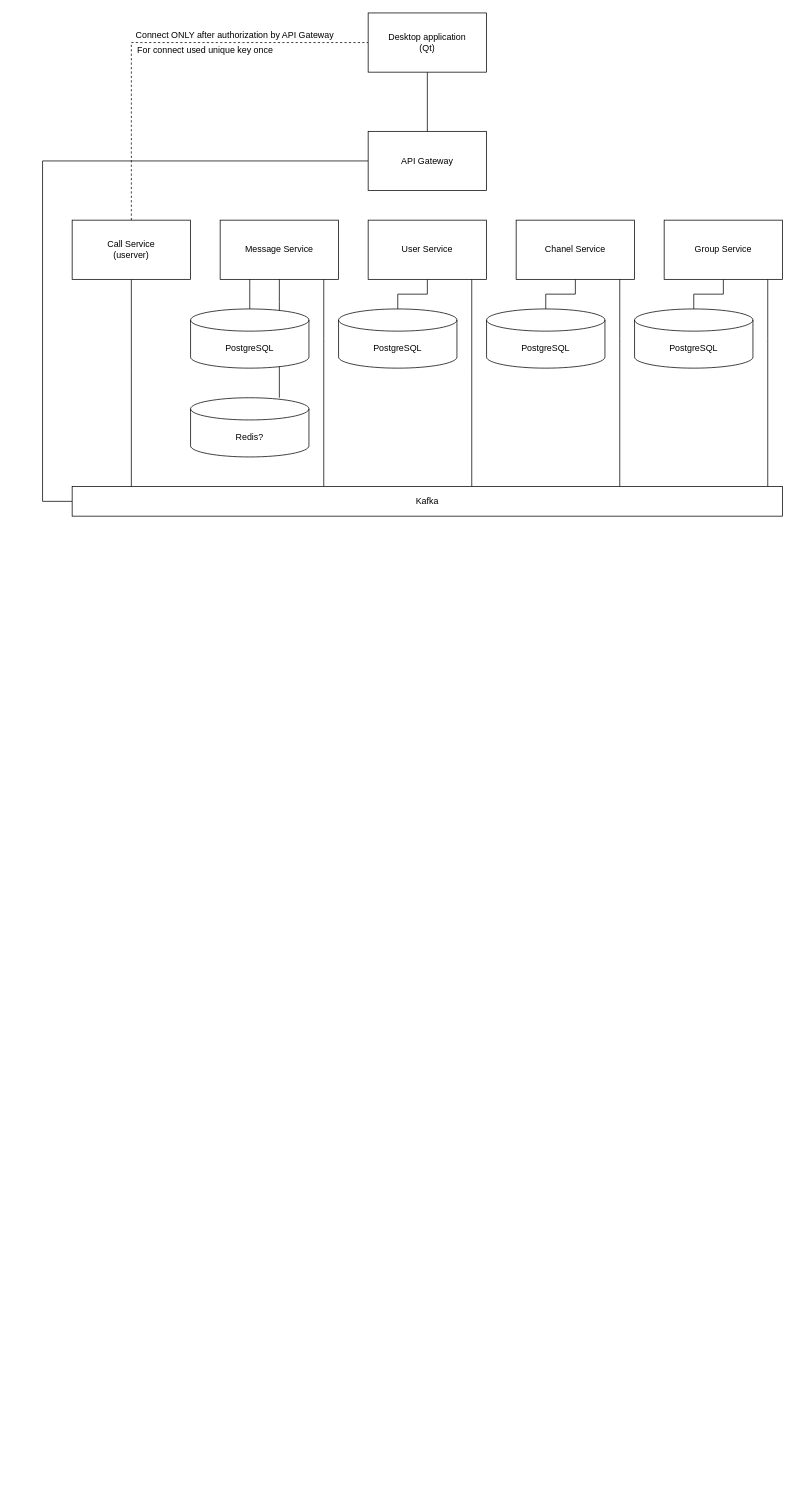
Earlier version of the draw.io diagram Schema.drawio (CallYourTeam/Infrastructure). Source tidied: cells renumbered, new cells numbered last; positions are measured from the earlier drawing's top-left corner, leaving out a move shared by most shapes. Both pictures are drawn from the tidied source at 74%, with x=0, y=0 at pixel (42, 13).
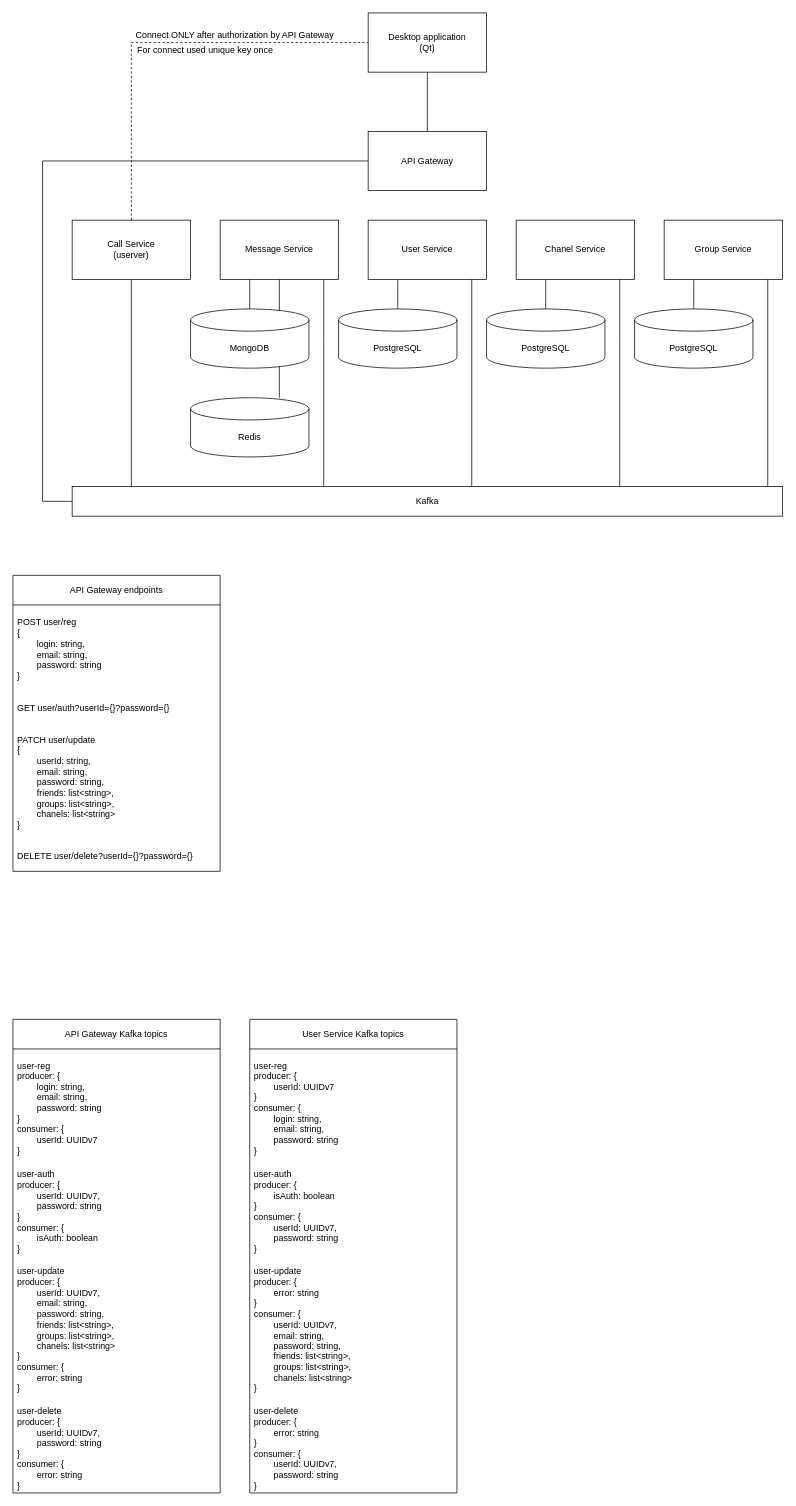
The same page after the edit.

Unchanged cells that the change refers to:
```xml
<mxCell id="9" value="User Service" style="rounded=0;whiteSpace=wrap;html=1;" parent="1" vertex="1">
  <mxGeometry x="440" y="280" width="160" height="80" as="geometry" />
</mxCell>
<mxCell id="10" value="PostgreSQL" style="shape=cylinder3;whiteSpace=wrap;html=1;boundedLbl=1;backgroundOutline=1;size=15;" parent="1" vertex="1">
  <mxGeometry x="400" y="400" width="160" height="80" as="geometry" />
</mxCell>
<mxCell id="12" value="Chanel Service" style="rounded=0;whiteSpace=wrap;html=1;" parent="1" vertex="1">
  <mxGeometry x="640" y="280" width="160" height="80" as="geometry" />
</mxCell>
<mxCell id="14" value="Group Service" style="rounded=0;whiteSpace=wrap;html=1;" parent="1" vertex="1">
  <mxGeometry x="840" y="280" width="160" height="80" as="geometry" />
</mxCell>
<mxCell id="19" value="PostgreSQL" style="shape=cylinder3;whiteSpace=wrap;html=1;boundedLbl=1;backgroundOutline=1;size=15;" parent="1" vertex="1">
  <mxGeometry x="600" y="400" width="160" height="80" as="geometry" />
</mxCell>
<mxCell id="20" value="PostgreSQL" style="shape=cylinder3;whiteSpace=wrap;html=1;boundedLbl=1;backgroundOutline=1;size=15;" parent="1" vertex="1">
  <mxGeometry x="800" y="400" width="160" height="80" as="geometry" />
</mxCell>
```

What changed in the source:
```diff
@@
     <mxCell id="8" style="edgeStyle=orthogonalEdgeStyle;rounded=0;jettySize=auto;html=1;startArrow=none;startFill=0;endArrow=none;endFill=0;" parent="1" edge="1" source="9" target="10">
-      <mxGeometry relative="1" as="geometry" />
+      <mxGeometry relative="1" as="geometry">
+        <Array as="points">
+          <mxPoint x="480" y="370" />
+          <mxPoint x="480" y="370" />
+        </Array>
+      </mxGeometry>
     </mxCell>
@@
     <mxCell id="11" style="edgeStyle=orthogonalEdgeStyle;rounded=0;jettySize=auto;html=1;startArrow=none;startFill=0;endArrow=none;endFill=0;" parent="1" edge="1" source="12" target="19">
-      <mxGeometry relative="1" as="geometry" />
+      <mxGeometry relative="1" as="geometry">
+        <Array as="points">
+          <mxPoint x="680" y="370" />
+          <mxPoint x="680" y="370" />
+        </Array>
+      </mxGeometry>
     </mxCell>
@@
     <mxCell id="13" style="edgeStyle=orthogonalEdgeStyle;rounded=0;jettySize=auto;html=1;startArrow=none;startFill=0;endArrow=none;endFill=0;" parent="1" edge="1" source="14" target="20">
-      <mxGeometry relative="1" as="geometry" />
+      <mxGeometry relative="1" as="geometry">
+        <Array as="points">
+          <mxPoint x="880" y="370" />
+          <mxPoint x="880" y="370" />
+        </Array>
+      </mxGeometry>
     </mxCell>
@@
-    <mxCell id="26" value="PostgreSQL" style="shape=cylinder3;whiteSpace=wrap;html=1;boundedLbl=1;backgroundOutline=1;size=15;" parent="1" vertex="1">
+    <mxCell id="26" value="MongoDB" style="shape=cylinder3;whiteSpace=wrap;html=1;boundedLbl=1;backgroundOutline=1;size=15;" parent="1" vertex="1">
       <mxGeometry x="200" y="400" width="160" height="80" as="geometry" />
     </mxCell>
-    <mxCell id="27" value="Redis?" style="shape=cylinder3;whiteSpace=wrap;html=1;boundedLbl=1;backgroundOutline=1;size=15;" parent="1" vertex="1">
+    <mxCell id="27" value="Redis" style="shape=cylinder3;whiteSpace=wrap;html=1;boundedLbl=1;backgroundOutline=1;size=15;" parent="1" vertex="1">
       <mxGeometry x="200" y="520" width="160" height="80" as="geometry" />
     </mxCell>
@@
+    <mxCell id="30" value="API Gateway endpoints" style="swimlane;fontStyle=0;horizontal=1;startSize=40;whiteSpace=wrap;html=1;" parent="1" vertex="1">
+      <mxGeometry x="-40" y="760" width="280" height="400" as="geometry" />
+    </mxCell>
+    <mxCell id="31" value="POST user/reg&lt;div&gt;&lt;span style=&quot;background-color: transparent; color: light-dark(rgb(0, 0, 0), rgb(255, 255, 255));&quot;&gt;{&lt;/span&gt;&lt;/div&gt;&lt;div&gt;&lt;span style=&quot;background-color: transparent; color: light-dark(rgb(0, 0, 0), rgb(255, 255, 255));&quot;&gt;&lt;span style=&quot;white-space: pre;&quot;&gt;&#9;&lt;/span&gt;login: string,&lt;/span&gt;&lt;/div&gt;&lt;div&gt;&lt;span style=&quot;background-color: transparent; color: light-dark(rgb(0, 0, 0), rgb(255, 255, 255));&quot;&gt;&lt;span style=&quot;white-space: pre;&quot;&gt;&#9;&lt;/span&gt;email: string,&lt;br&gt;&lt;/span&gt;&lt;/div&gt;&lt;div&gt;&lt;span style=&quot;background-color: transparent; color: light-dark(rgb(0, 0, 0), rgb(255, 255, 255));&quot;&gt;&lt;span style=&quot;white-space: pre;&quot;&gt;&#9;&lt;/span&gt;password: string&lt;/span&gt;&lt;/div&gt;&lt;div&gt;}&lt;/div&gt;" style="text;strokeColor=none;fillColor=none;align=left;verticalAlign=middle;spacingLeft=4;spacingRight=4;overflow=hidden;whiteSpace=wrap;html=1;" parent="30" vertex="1">
+      <mxGeometry y="40" width="280" height="120" as="geometry" />
+    </mxCell>
+    <mxCell id="32" value="GET user/auth?userId={}?password={}" style="text;strokeColor=none;fillColor=none;align=left;verticalAlign=middle;spacingLeft=4;spacingRight=4;overflow=hidden;whiteSpace=wrap;html=1;" parent="30" vertex="1">
+      <mxGeometry y="160" width="280" height="40" as="geometry" />
+    </mxCell>
+    <mxCell id="33" value="PATCH user/update&lt;div&gt;{&lt;/div&gt;&lt;div&gt;&lt;span style=&quot;white-space: pre;&quot;&gt;&#9;&lt;/span&gt;userId: string,&lt;br&gt;&lt;/div&gt;&lt;div&gt;&lt;span style=&quot;white-space: pre;&quot;&gt;&#9;&lt;/span&gt;email: string,&lt;br&gt;&lt;/div&gt;&lt;div&gt;&lt;span style=&quot;white-space: pre;&quot;&gt;&#9;&lt;/span&gt;password: string,&lt;br&gt;&lt;/div&gt;&lt;div&gt;&lt;span style=&quot;white-space: pre;&quot;&gt;&#9;&lt;/span&gt;friends: list&amp;lt;string&amp;gt;,&lt;/div&gt;&lt;div&gt;&lt;span style=&quot;white-space: pre;&quot;&gt;&#9;&lt;/span&gt;groups: list&amp;lt;string&amp;gt;,&lt;br&gt;&lt;/div&gt;&lt;div&gt;&lt;span style=&quot;white-space: pre;&quot;&gt;&#9;&lt;/span&gt;chanels: list&amp;lt;string&amp;gt;&lt;br&gt;&lt;/div&gt;&lt;div&gt;}&lt;/div&gt;" style="text;strokeColor=none;fillColor=none;align=left;verticalAlign=middle;spacingLeft=4;spacingRight=4;overflow=hidden;whiteSpace=wrap;html=1;" parent="30" vertex="1">
+      <mxGeometry y="200" width="280" height="160" as="geometry" />
+    </mxCell>
+    <mxCell id="34" value="DELETE user/delete?userId={}?password={}" style="text;strokeColor=none;fillColor=none;align=left;verticalAlign=middle;spacingLeft=4;spacingRight=4;overflow=hidden;whiteSpace=wrap;html=1;" parent="30" vertex="1">
+      <mxGeometry y="360" width="280" height="40" as="geometry" />
+    </mxCell>
+    <mxCell id="35" value="API Gateway Kafka topics" style="swimlane;fontStyle=0;horizontal=1;startSize=40;whiteSpace=wrap;html=1;" parent="1" vertex="1">
+      <mxGeometry x="-40" y="1360" width="280" height="640" as="geometry" />
+    </mxCell>
+    <mxCell id="36" value="user-reg&lt;div&gt;&lt;span style=&quot;background-color: transparent; color: light-dark(rgb(0, 0, 0), rgb(255, 255, 255));&quot;&gt;producer: {&lt;/span&gt;&lt;/div&gt;&lt;div&gt;&lt;span style=&quot;background-color: transparent; color: light-dark(rgb(0, 0, 0), rgb(255, 255, 255));&quot;&gt;&lt;span style=&quot;white-space: pre;&quot;&gt;&#9;&lt;/span&gt;login: string,&lt;/span&gt;&lt;/div&gt;&lt;div&gt;&lt;span style=&quot;background-color: transparent; color: light-dark(rgb(0, 0, 0), rgb(255, 255, 255));&quot;&gt;&lt;span style=&quot;white-space: pre;&quot;&gt;&#9;&lt;/span&gt;email: string,&lt;br&gt;&lt;/span&gt;&lt;/div&gt;&lt;div&gt;&lt;span style=&quot;background-color: transparent; color: light-dark(rgb(0, 0, 0), rgb(255, 255, 255));&quot;&gt;&lt;span style=&quot;white-space: pre;&quot;&gt;&#9;&lt;/span&gt;password: string&lt;/span&gt;&lt;/div&gt;&lt;div&gt;}&lt;/div&gt;&lt;div&gt;consumer: {&lt;/div&gt;&lt;div&gt;&lt;span style=&quot;white-space: pre;&quot;&gt;&#9;&lt;/span&gt;userId: UUIDv7&lt;br&gt;&lt;/div&gt;&lt;div&gt;}&lt;/div&gt;" style="text;strokeColor=none;fillColor=none;align=left;verticalAlign=middle;spacingLeft=4;spacingRight=4;overflow=hidden;whiteSpace=wrap;html=1;" parent="35" vertex="1">
+      <mxGeometry y="40" width="280" height="160" as="geometry" />
+    </mxCell>
+    <mxCell id="37" value="user-auth&lt;div&gt;producer: {&lt;/div&gt;&lt;div&gt;&lt;span style=&quot;white-space: pre;&quot;&gt;&#9;&lt;/span&gt;userId: UUIDv7,&lt;br&gt;&lt;/div&gt;&lt;div&gt;&lt;span style=&quot;white-space: pre;&quot;&gt;&#9;&lt;/span&gt;password: string&lt;br&gt;&lt;/div&gt;&lt;div&gt;}&lt;/div&gt;&lt;div&gt;consumer: {&lt;/div&gt;&lt;div&gt;&lt;span style=&quot;white-space: pre;&quot;&gt;&#9;&lt;/span&gt;isAuth: boolean&lt;/div&gt;&lt;div&gt;}&lt;/div&gt;" style="text;strokeColor=none;fillColor=none;align=left;verticalAlign=middle;spacingLeft=4;spacingRight=4;overflow=hidden;whiteSpace=wrap;html=1;" parent="35" vertex="1">
+      <mxGeometry y="200" width="280" height="120" as="geometry" />
+    </mxCell>
+    <mxCell id="38" value="user-update&lt;div&gt;producer: {&lt;/div&gt;&lt;div&gt;&lt;span style=&quot;white-space: pre;&quot;&gt;&#9;&lt;/span&gt;userId: UUIDv7,&lt;br&gt;&lt;/div&gt;&lt;div&gt;&lt;span style=&quot;white-space: pre;&quot;&gt;&#9;&lt;/span&gt;email: string,&lt;br&gt;&lt;/div&gt;&lt;div&gt;&lt;span style=&quot;white-space: pre;&quot;&gt;&#9;&lt;/span&gt;password: string,&lt;br&gt;&lt;/div&gt;&lt;div&gt;&lt;span style=&quot;white-space: pre;&quot;&gt;&#9;&lt;/span&gt;friends: list&amp;lt;string&amp;gt;,&lt;/div&gt;&lt;div&gt;&lt;span style=&quot;white-space: pre;&quot;&gt;&#9;&lt;/span&gt;groups: list&amp;lt;string&amp;gt;,&lt;br&gt;&lt;/div&gt;&lt;div&gt;&lt;span style=&quot;white-space: pre;&quot;&gt;&#9;&lt;/span&gt;chanels: list&amp;lt;string&amp;gt;&lt;br&gt;&lt;/div&gt;&lt;div&gt;}&lt;/div&gt;&lt;div&gt;consumer: {&lt;/div&gt;&lt;div&gt;&lt;span style=&quot;white-space: pre;&quot;&gt;&#9;&lt;/span&gt;error: string&lt;br&gt;&lt;/div&gt;&lt;div&gt;}&lt;/div&gt;" style="text;strokeColor=none;fillColor=none;align=left;verticalAlign=middle;spacingLeft=4;spacingRight=4;overflow=hidden;whiteSpace=wrap;html=1;" parent="35" vertex="1">
+      <mxGeometry y="320" width="280" height="200" as="geometry" />
+    </mxCell>
+    <mxCell id="39" value="user-delete&lt;div&gt;&lt;span style=&quot;background-color: transparent; color: light-dark(rgb(0, 0, 0), rgb(255, 255, 255));&quot;&gt;producer: {&lt;/span&gt;&lt;/div&gt;&lt;div&gt;&lt;span style=&quot;white-space: pre;&quot;&gt;&#9;&lt;/span&gt;userId: UUIDv7,&lt;br&gt;&lt;/div&gt;&lt;div&gt;&lt;span style=&quot;white-space: pre;&quot;&gt;&#9;&lt;/span&gt;password: string&lt;br&gt;&lt;/div&gt;&lt;div&gt;}&lt;/div&gt;&lt;div&gt;consumer: {&lt;/div&gt;&lt;div&gt;&lt;span style=&quot;white-space: pre;&quot;&gt;&#9;&lt;/span&gt;error: string&lt;br&gt;&lt;/div&gt;&lt;div&gt;}&lt;/div&gt;" style="text;strokeColor=none;fillColor=none;align=left;verticalAlign=middle;spacingLeft=4;spacingRight=4;overflow=hidden;whiteSpace=wrap;html=1;" parent="35" vertex="1">
+      <mxGeometry y="520" width="280" height="120" as="geometry" />
+    </mxCell>
+    <mxCell id="40" value="User Service Kafka topics" style="swimlane;fontStyle=0;horizontal=1;startSize=40;whiteSpace=wrap;html=1;" parent="1" vertex="1">
+      <mxGeometry x="280" y="1360" width="280" height="640" as="geometry" />
+    </mxCell>
+    <mxCell id="41" value="user-reg&lt;div&gt;&lt;span style=&quot;background-color: transparent; color: light-dark(rgb(0, 0, 0), rgb(255, 255, 255));&quot;&gt;producer:&lt;/span&gt;&lt;span style=&quot;background-color: transparent; color: light-dark(rgb(0, 0, 0), rgb(255, 255, 255));&quot;&gt;&amp;nbsp;&lt;/span&gt;&lt;span style=&quot;background-color: transparent; color: light-dark(rgb(0, 0, 0), rgb(255, 255, 255));&quot;&gt;{&lt;/span&gt;&lt;/div&gt;&lt;div&gt;&lt;span style=&quot;white-space: pre;&quot;&gt;&#9;&lt;/span&gt;userId: UUIDv7&lt;br&gt;&lt;/div&gt;&lt;div&gt;}&lt;/div&gt;&lt;div&gt;consumer:&amp;nbsp;&lt;span style=&quot;background-color: transparent; color: light-dark(rgb(0, 0, 0), rgb(255, 255, 255));&quot;&gt;{&lt;/span&gt;&lt;/div&gt;&lt;div&gt;&lt;span style=&quot;background-color: transparent; color: light-dark(rgb(0, 0, 0), rgb(255, 255, 255));&quot;&gt;&lt;span style=&quot;white-space: pre;&quot;&gt;&#9;&lt;/span&gt;login: string,&lt;/span&gt;&lt;/div&gt;&lt;div&gt;&lt;span style=&quot;background-color: transparent; color: light-dark(rgb(0, 0, 0), rgb(255, 255, 255));&quot;&gt;&lt;span style=&quot;white-space: pre;&quot;&gt;&#9;&lt;/span&gt;email: string,&lt;br&gt;&lt;/span&gt;&lt;/div&gt;&lt;div&gt;&lt;span style=&quot;background-color: transparent; color: light-dark(rgb(0, 0, 0), rgb(255, 255, 255));&quot;&gt;&lt;span style=&quot;white-space: pre;&quot;&gt;&#9;&lt;/span&gt;password: string&lt;/span&gt;&lt;/div&gt;&lt;div&gt;}&lt;/div&gt;" style="text;strokeColor=none;fillColor=none;align=left;verticalAlign=middle;spacingLeft=4;spacingRight=4;overflow=hidden;whiteSpace=wrap;html=1;" parent="40" vertex="1">
+      <mxGeometry y="40" width="280" height="160" as="geometry" />
+    </mxCell>
+    <mxCell id="42" value="user-auth&lt;div&gt;producer:&lt;span style=&quot;background-color: transparent; color: light-dark(rgb(0, 0, 0), rgb(255, 255, 255));&quot;&gt;&amp;nbsp;&lt;/span&gt;&lt;span style=&quot;background-color: transparent; color: light-dark(rgb(0, 0, 0), rgb(255, 255, 255));&quot;&gt;{&lt;/span&gt;&lt;/div&gt;&lt;div&gt;&lt;span style=&quot;white-space: pre;&quot;&gt;&#9;&lt;/span&gt;isAuth: boolean&lt;/div&gt;&lt;div&gt;}&lt;/div&gt;&lt;div&gt;consumer:&lt;span style=&quot;background-color: transparent; color: light-dark(rgb(0, 0, 0), rgb(255, 255, 255));&quot;&gt;&amp;nbsp;&lt;/span&gt;&lt;span style=&quot;background-color: transparent; color: light-dark(rgb(0, 0, 0), rgb(255, 255, 255));&quot;&gt;{&lt;/span&gt;&lt;/div&gt;&lt;div&gt;&lt;span style=&quot;white-space: pre;&quot;&gt;&#9;&lt;/span&gt;userId: UUIDv7,&lt;br&gt;&lt;/div&gt;&lt;div&gt;&lt;span style=&quot;white-space: pre;&quot;&gt;&#9;&lt;/span&gt;password: string&lt;br&gt;&lt;/div&gt;&lt;div&gt;}&lt;/div&gt;" style="text;strokeColor=none;fillColor=none;align=left;verticalAlign=middle;spacingLeft=4;spacingRight=4;overflow=hidden;whiteSpace=wrap;html=1;" parent="40" vertex="1">
+      <mxGeometry y="200" width="280" height="120" as="geometry" />
+    </mxCell>
+    <mxCell id="43" value="user-update&lt;div&gt;producer:&amp;nbsp;&lt;span style=&quot;background-color: transparent; color: light-dark(rgb(0, 0, 0), rgb(255, 255, 255));&quot;&gt;{&lt;/span&gt;&lt;/div&gt;&lt;div&gt;&lt;span style=&quot;white-space: pre;&quot;&gt;&#9;&lt;/span&gt;error: string&lt;br&gt;&lt;/div&gt;&lt;div&gt;}&lt;/div&gt;&lt;div&gt;consumer:&amp;nbsp;&lt;span style=&quot;background-color: transparent; color: light-dark(rgb(0, 0, 0), rgb(255, 255, 255));&quot;&gt;{&lt;/span&gt;&lt;/div&gt;&lt;div&gt;&lt;span style=&quot;white-space: pre;&quot;&gt;&#9;&lt;/span&gt;userId: UUIDv7,&lt;br&gt;&lt;/div&gt;&lt;div&gt;&lt;span style=&quot;white-space: pre;&quot;&gt;&#9;&lt;/span&gt;email: string,&lt;br&gt;&lt;/div&gt;&lt;div&gt;&lt;span style=&quot;white-space: pre;&quot;&gt;&#9;&lt;/span&gt;password: string,&lt;br&gt;&lt;/div&gt;&lt;div&gt;&lt;span style=&quot;white-space: pre;&quot;&gt;&#9;&lt;/span&gt;friends: list&amp;lt;string&amp;gt;,&lt;/div&gt;&lt;div&gt;&lt;span style=&quot;white-space: pre;&quot;&gt;&#9;&lt;/span&gt;groups: list&amp;lt;string&amp;gt;,&lt;br&gt;&lt;/div&gt;&lt;div&gt;&lt;span style=&quot;white-space: pre;&quot;&gt;&#9;&lt;/span&gt;chanels: list&amp;lt;string&amp;gt;&lt;br&gt;&lt;/div&gt;&lt;div&gt;}&lt;/div&gt;" style="text;strokeColor=none;fillColor=none;align=left;verticalAlign=middle;spacingLeft=4;spacingRight=4;overflow=hidden;whiteSpace=wrap;html=1;" parent="40" vertex="1">
+      <mxGeometry y="320" width="280" height="200" as="geometry" />
+    </mxCell>
+    <mxCell id="44" value="user-delete&lt;div&gt;&lt;span style=&quot;background-color: transparent; color: light-dark(rgb(0, 0, 0), rgb(255, 255, 255));&quot;&gt;producer:&amp;nbsp;&lt;/span&gt;&lt;span style=&quot;background-color: transparent; color: light-dark(rgb(0, 0, 0), rgb(255, 255, 255));&quot;&gt;{&lt;/span&gt;&lt;/div&gt;&lt;div&gt;&lt;span style=&quot;white-space: pre;&quot;&gt;&#9;&lt;/span&gt;error: string&lt;br&gt;&lt;/div&gt;&lt;div&gt;}&lt;/div&gt;&lt;div&gt;consumer:&amp;nbsp;&lt;span style=&quot;background-color: transparent; color: light-dark(rgb(0, 0, 0), rgb(255, 255, 255));&quot;&gt;{&lt;/span&gt;&lt;/div&gt;&lt;div&gt;&lt;span style=&quot;white-space: pre;&quot;&gt;&#9;&lt;/span&gt;userId: UUIDv7,&lt;br&gt;&lt;/div&gt;&lt;div&gt;&lt;span style=&quot;white-space: pre;&quot;&gt;&#9;&lt;/span&gt;password: string&lt;br&gt;&lt;/div&gt;&lt;div&gt;}&lt;/div&gt;" style="text;strokeColor=none;fillColor=none;align=left;verticalAlign=middle;spacingLeft=4;spacingRight=4;overflow=hidden;whiteSpace=wrap;html=1;" parent="40" vertex="1">
+      <mxGeometry y="520" width="280" height="120" as="geometry" />
+    </mxCell>
```
